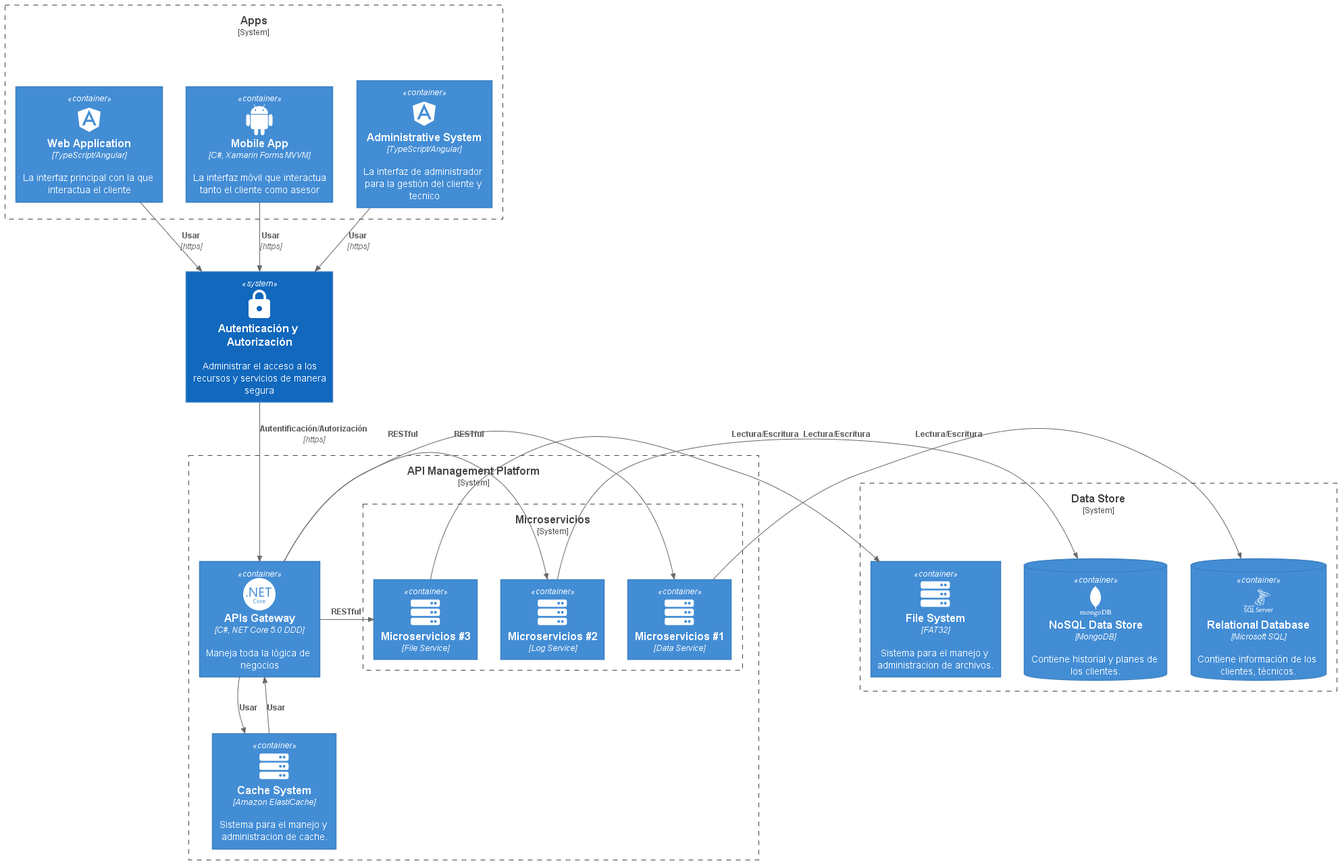
Before: out/c4_component_diagram/Diagrama de Componentes.png, a diagram exported from PlantUML (deivisaherreraj/architecture-model-c4). The source it was exported from:
```plantuml
@startuml Diagrama de Componentes

!include https://raw.githubusercontent.com/plantuml-stdlib/C4-PlantUML/master/C4_Container.puml

!define DEVICONS https://raw.githubusercontent.com/tupadr3/plantuml-icon-font-sprites/master/devicons
!define DEVICONS_2 https://raw.githubusercontent.com/tupadr3/plantuml-icon-font-sprites/master/devicons2
!define FONTAWESOME https://raw.githubusercontent.com/tupadr3/plantuml-icon-font-sprites/master/font-awesome-5
!define MATERIAL https://raw.githubusercontent.com/tupadr3/plantuml-icon-font-sprites/master/material

!include DEVICONS/angular.puml
!include DEVICONS/android.puml

!include DEVICONS_2/microsoftsqlserver_wordmark.puml
!include DEVICONS_2/dotnetcore.puml
!include DEVICONS_2/mongodb_wordmark.puml

!include FONTAWESOME/server.puml

!include MATERIAL/https.puml

System_Boundary(app, "Apps") {
    Container(web_app, "Web Application", "TypeScript/Angular", "La interfaz principal con la que interactua el cliente", $sprite="angular")
    Container(mobile_app, "Mobile App", "C#, Xamarin Forms MVVM", "La interfaz móvil que interactua tanto el cliente como asesor", $sprite="android")
    Container(admin_app, "Administrative System", "TypeScript/Angular", "La interfaz de administrador para la gestión del cliente y tecnico", $sprite="angular")
}

System(identity, "Autenticación y Autorización", "Administrar el acceso a los recursos y servicios de manera segura", $sprite="https")

System_Boundary(apiManagement, "API Management Platform") {
    Container(api, "APIs Gateway", "C#, NET Core 5.0 DDD", "Maneja toda la lógica de negocios", $sprite="dotnetcore")
    Container(cache, "Cache System", "Amazon ElastiCache", "Sistema para el manejo y administracion de cache.", $sprite="server")
    System_Boundary(microservicios, "Microservicios") {
        Container(micro1, "Microservicios #1", "Data Service", $sprite="server")
        Container(micro2, "Microservicios #2", "Log Service", $sprite="server")
        Container(micro3, "Microservicios #3", "File Service", $sprite="server")
    }
}

System_Boundary(dbStore, "Data Store") {
    ContainerDb(db, "Relational Database", "Microsoft SQL", "Contiene información de los clientes, técnicos.", $sprite="microsoftsqlserver_wordmark")
    ContainerDb(dbmongo, "NoSQL Data Store", "MongoDB", "Contiene historial y planes de los clientes.", $sprite="mongodb_wordmark")
    Container(fileSytem, "File System", "FAT32", "Sistema para el manejo y administracion de archivos.", $sprite="server")
}

Rel(web_app, identity, "Usar", "https")
Rel(mobile_app, identity, "Usar", "https")
Rel(admin_app, identity, "Usar", "https")

Rel(identity, api, "Autentificación/Autorización", "https")

Rel(api, cache, "Usar")
Rel(cache, api, "Usar")

Rel_R(api, micro1, "RESTful")
Rel_R(api, micro2, "RESTful")
Rel_R(api, micro3, "RESTful")

Rel_R(micro1, db, "Lectura/Escritura")
Rel_R(micro2, dbmongo, "Lectura/Escritura")
Rel_R(micro3, fileSytem, "Lectura/Escritura")

@enduml
```
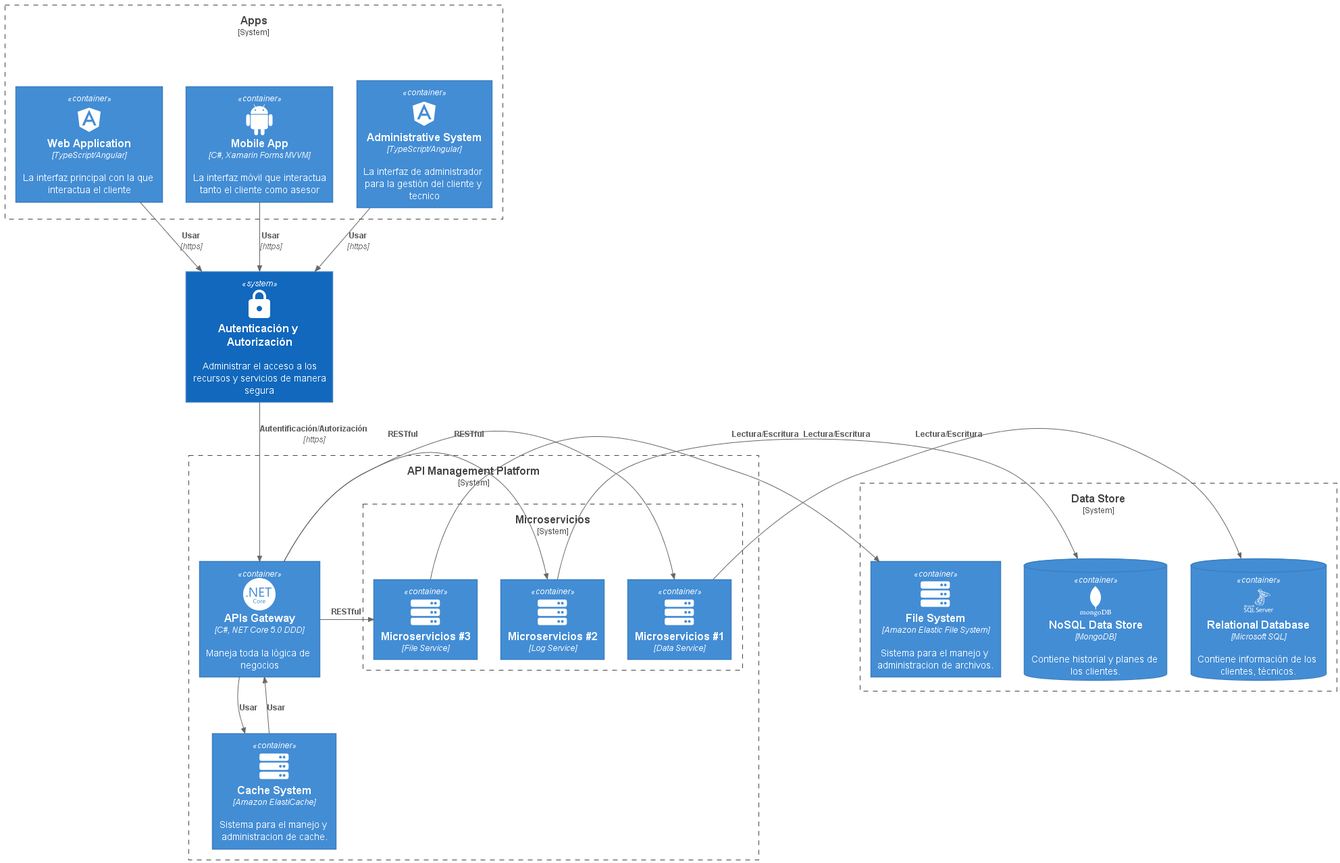
Above is the later version.

Commit message:
Modificaciones en el diagrama de componente para el modelo C4

What changed in the source:
```diff
@@ -39,7 +39,7 @@
 System_Boundary(dbStore, "Data Store") {
     ContainerDb(db, "Relational Database", "Microsoft SQL", "Contiene información de los clientes, técnicos.", $sprite="microsoftsqlserver_wordmark")
     ContainerDb(dbmongo, "NoSQL Data Store", "MongoDB", "Contiene historial y planes de los clientes.", $sprite="mongodb_wordmark")
-    Container(fileSytem, "File System", "FAT32", "Sistema para el manejo y administracion de archivos.", $sprite="server")
+    Container(fileSytem, "File System", "Amazon Elastic File System", "Sistema para el manejo y administracion de archivos.", $sprite="server")
 }
 
 Rel(web_app, identity, "Usar", "https")
```
